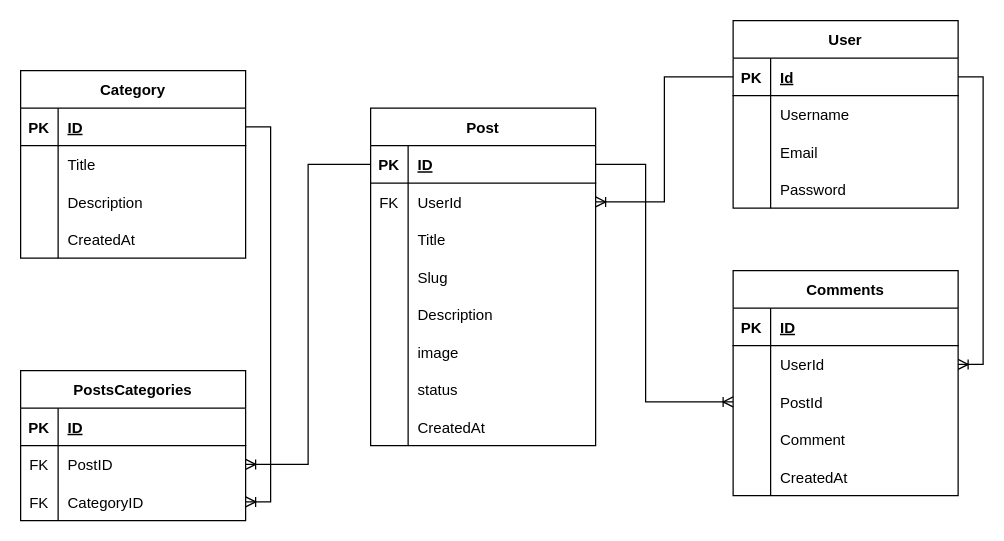
ANrajin/Neon keeps this draw.io diagram as docs/neon.drawio. Above is the earlier version. Source tidied: cells renumbered, new cells numbered last; positions are measured from the earlier drawing's top-left corner, leaving out a move shared by most shapes. Both pictures are drawn from the tidied source at 125%, with x=0, y=0 at pixel (20, 20).
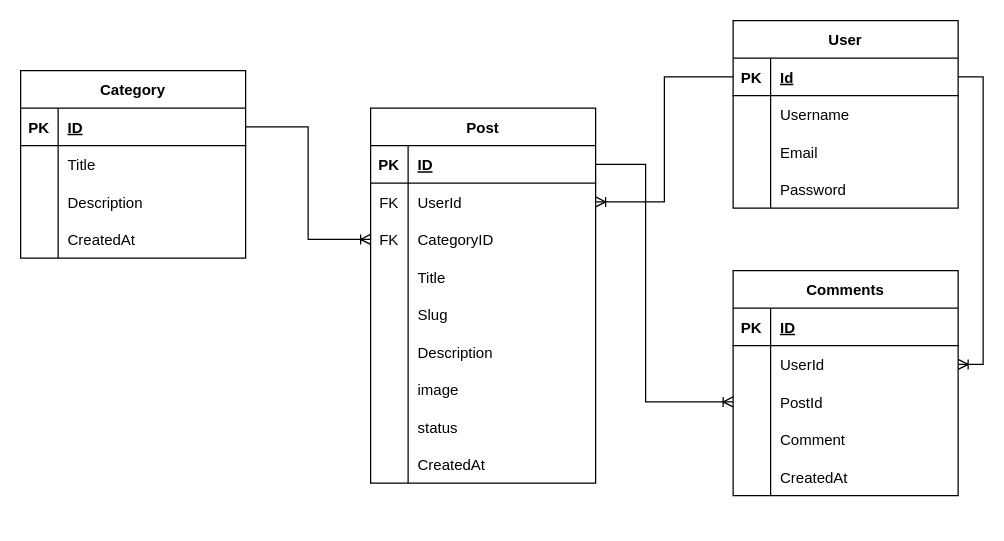
Above is the later version.

Unchanged cells that the change refers to:
```xml
<mxCell id="3" style="shape=tableRow;horizontal=0;startSize=0;swimlaneHead=0;swimlaneBody=0;fillColor=none;points=[[0,0.5],[1,0.5]];portConstraint=eastwest;top=0;left=0;right=0;bottom=1;" parent="2" vertex="1">
  <mxGeometry y="30" width="180" height="30" as="geometry" />
</mxCell>
<mxCell id="28" style="shape=tableRow;horizontal=0;startSize=0;swimlaneHead=0;swimlaneBody=0;fillColor=none;points=[[0,0.5],[1,0.5]];portConstraint=eastwest;top=0;left=0;right=0;bottom=1;" parent="27" vertex="1">
  <mxGeometry y="30" width="180" height="30" as="geometry" />
</mxCell>
```

The edit, as a diff of the source:
```diff
@@
     <mxCell id="2" value="Post" style="shape=table;startSize=30;childLayout=tableLayout;rowLines=0;fontStyle=1;align=center;" parent="1" vertex="1">
-      <mxGeometry x="280" y="70" width="180" height="270" as="geometry" />
+      <mxGeometry x="280" y="70" width="180" height="300" as="geometry" />
     </mxCell>
@@
+    <mxCell id="79" style="shape=tableRow;horizontal=0;startSize=0;swimlaneHead=0;swimlaneBody=0;fillColor=none;points=[[0,0.5],[1,0.5]];portConstraint=eastwest;top=0;left=0;right=0;bottom=0;" parent="2" vertex="1">
+      <mxGeometry y="90" width="180" height="30" as="geometry" />
+    </mxCell>
+    <mxCell id="84" value="FK" style="shape=partialRectangle;fillColor=none;top=0;left=0;bottom=0;right=0;fontStyle=0;overflow=hidden;" parent="79" vertex="1">
+      <mxGeometry width="30" height="30" as="geometry" />
+    </mxCell>
+    <mxCell id="81" value="CategoryID" style="shape=partialRectangle;fillColor=none;top=0;left=0;bottom=0;right=0;align=left;spacingLeft=6;fontStyle=0;overflow=hidden;" parent="79" vertex="1">
+      <mxGeometry x="30" width="150" height="30" as="geometry" />
+    </mxCell>
     <mxCell id="9" style="shape=tableRow;horizontal=0;startSize=0;swimlaneHead=0;swimlaneBody=0;fillColor=none;top=0;left=0;right=0;bottom=0;" parent="2" vertex="1">
-      <mxGeometry y="90" width="180" height="30" as="geometry" />
+      <mxGeometry y="120" width="180" height="30" as="geometry" />
     </mxCell>
@@
     <mxCell id="12" style="shape=tableRow;horizontal=0;startSize=0;swimlaneHead=0;swimlaneBody=0;fillColor=none;top=0;left=0;right=0;bottom=0;" parent="2" vertex="1">
-      <mxGeometry y="120" width="180" height="30" as="geometry" />
+      <mxGeometry y="150" width="180" height="30" as="geometry" />
     </mxCell>
@@
     <mxCell id="15" style="shape=tableRow;horizontal=0;startSize=0;swimlaneHead=0;swimlaneBody=0;fillColor=none;top=0;left=0;right=0;bottom=0;" parent="2" vertex="1">
-      <mxGeometry y="150" width="180" height="30" as="geometry" />
+      <mxGeometry y="180" width="180" height="30" as="geometry" />
     </mxCell>
@@
     <mxCell id="18" style="shape=tableRow;horizontal=0;startSize=0;swimlaneHead=0;swimlaneBody=0;fillColor=none;top=0;left=0;right=0;bottom=0;" parent="2" vertex="1">
-      <mxGeometry y="180" width="180" height="30" as="geometry" />
+      <mxGeometry y="210" width="180" height="30" as="geometry" />
     </mxCell>
@@
     <mxCell id="21" style="shape=tableRow;horizontal=0;startSize=0;swimlaneHead=0;swimlaneBody=0;fillColor=none;top=0;left=0;right=0;bottom=0;" parent="2" vertex="1">
-      <mxGeometry y="210" width="180" height="30" as="geometry" />
+      <mxGeometry y="240" width="180" height="30" as="geometry" />
     </mxCell>
@@
     <mxCell id="24" style="shape=tableRow;horizontal=0;startSize=0;swimlaneHead=0;swimlaneBody=0;fillColor=none;top=0;left=0;right=0;bottom=0;" parent="2" vertex="1">
-      <mxGeometry y="240" width="180" height="30" as="geometry" />
+      <mxGeometry y="270" width="180" height="30" as="geometry" />
     </mxCell>
@@
-    <mxCell id="72" value="PostsCategories" style="shape=table;startSize=30;childLayout=tableLayout;rowLines=0;fontStyle=1;align=center;" parent="1" vertex="1">
-      <mxGeometry y="280" width="180" height="120" as="geometry" />
-    </mxCell>
-    <mxCell id="73" style="shape=tableRow;horizontal=0;startSize=0;swimlaneHead=0;swimlaneBody=0;fillColor=none;top=0;left=0;right=0;bottom=1;" parent="72" vertex="1">
-      <mxGeometry y="30" width="180" height="30" as="geometry" />
-    </mxCell>
-    <mxCell id="74" value="PK" style="shape=partialRectangle;fillColor=none;top=0;left=0;bottom=0;right=0;fontStyle=1;overflow=hidden;" parent="73" vertex="1">
-      <mxGeometry width="30" height="30" as="geometry" />
-    </mxCell>
-    <mxCell id="75" value="ID" style="shape=partialRectangle;fillColor=none;top=0;left=0;bottom=0;right=0;align=left;spacingLeft=6;fontStyle=5;overflow=hidden;" parent="73" vertex="1">
-      <mxGeometry x="30" width="150" height="30" as="geometry" />
-    </mxCell>
-    <mxCell id="76" style="shape=tableRow;horizontal=0;startSize=0;swimlaneHead=0;swimlaneBody=0;fillColor=none;points=[[0,0.5],[1,0.5]];portConstraint=eastwest;top=0;left=0;right=0;bottom=0;" parent="72" vertex="1">
-      <mxGeometry y="60" width="180" height="30" as="geometry" />
-    </mxCell>
-    <mxCell id="77" value="FK" style="shape=partialRectangle;fillColor=none;top=0;left=0;bottom=0;right=0;fontStyle=0;overflow=hidden;" parent="76" vertex="1">
-      <mxGeometry width="30" height="30" as="geometry" />
-    </mxCell>
-    <mxCell id="78" value="PostID" style="shape=partialRectangle;fillColor=none;top=0;left=0;bottom=0;right=0;align=left;spacingLeft=6;fontStyle=0;overflow=hidden;" parent="76" vertex="1">
-      <mxGeometry x="30" width="150" height="30" as="geometry" />
-    </mxCell>
-    <mxCell id="79" style="shape=tableRow;horizontal=0;startSize=0;swimlaneHead=0;swimlaneBody=0;fillColor=none;points=[[0,0.5],[1,0.5]];portConstraint=eastwest;top=0;left=0;right=0;bottom=0;" parent="72" vertex="1">
-      <mxGeometry y="90" width="180" height="30" as="geometry" />
-    </mxCell>
-    <mxCell id="80" value="FK" style="shape=partialRectangle;fillColor=none;top=0;left=0;bottom=0;right=0;fontStyle=0;overflow=hidden;" parent="79" vertex="1">
-      <mxGeometry width="30" height="30" as="geometry" />
-    </mxCell>
-    <mxCell id="81" value="CategoryID" style="shape=partialRectangle;fillColor=none;top=0;left=0;bottom=0;right=0;align=left;spacingLeft=6;fontStyle=0;overflow=hidden;" parent="79" vertex="1">
-      <mxGeometry x="30" width="150" height="30" as="geometry" />
-    </mxCell>
-    <mxCell id="82" style="edgeStyle=orthogonalEdgeStyle;rounded=0;jettySize=auto;html=1;exitX=0;exitY=0.5;exitDx=0;exitDy=0;entryX=1;entryY=0.5;entryDx=0;entryDy=0;endArrow=ERoneToMany;endFill=0;" parent="1" edge="1" source="3" target="76">
-      <mxGeometry relative="1" as="geometry" />
-    </mxCell>
-    <mxCell id="83" style="edgeStyle=orthogonalEdgeStyle;rounded=0;jettySize=auto;html=1;exitX=1;exitY=0.5;exitDx=0;exitDy=0;entryX=1;entryY=0.5;entryDx=0;entryDy=0;endArrow=ERoneToMany;endFill=0;" parent="1" edge="1" source="28" target="79">
+    <mxCell id="83" style="edgeStyle=orthogonalEdgeStyle;rounded=0;jettySize=auto;html=1;exitX=1;exitY=0.5;exitDx=0;exitDy=0;entryX=0;entryY=0.5;entryDx=0;entryDy=0;endArrow=ERoneToMany;endFill=0;" parent="1" edge="1" source="28" target="79">
       <mxGeometry relative="1" as="geometry" />
     </mxCell>
```
